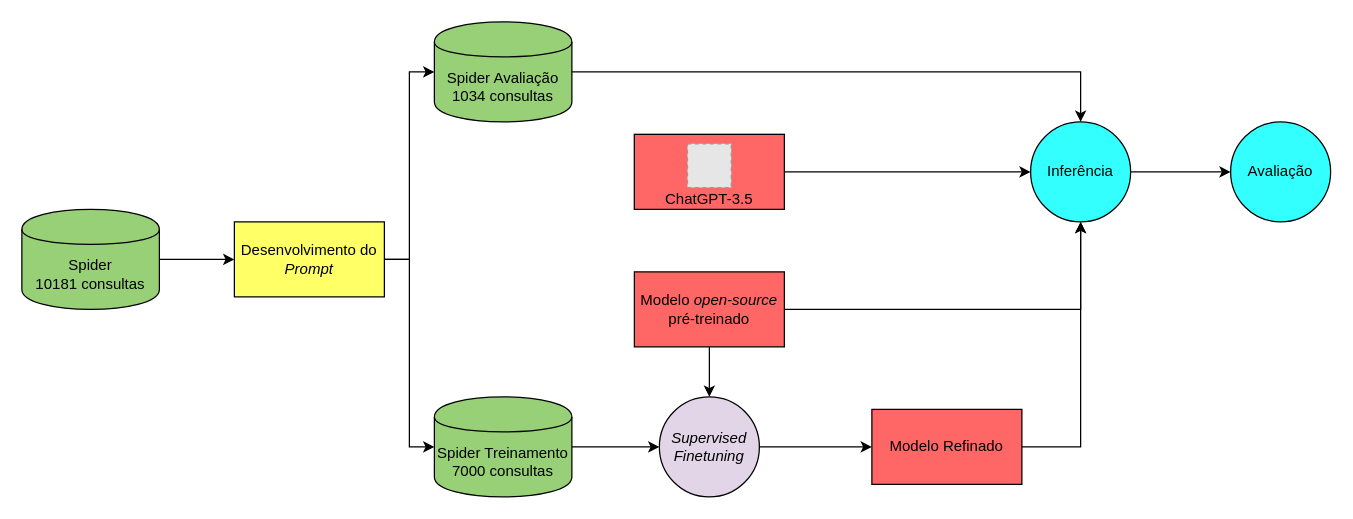
Earlier version of the draw.io diagram Escrita/tcc2.drawio (GabrielOlem/text2sql_tcc). Source tidied: cells renumbered, new cells numbered last; positions are measured from the earlier drawing's top-left corner, leaving out a move shared by most shapes. Both pictures are drawn from the tidied source at 125%, with x=0, y=0 at pixel (21, 21). Pictures stored in the file or linked from it are replaced by grey dashed boxes.
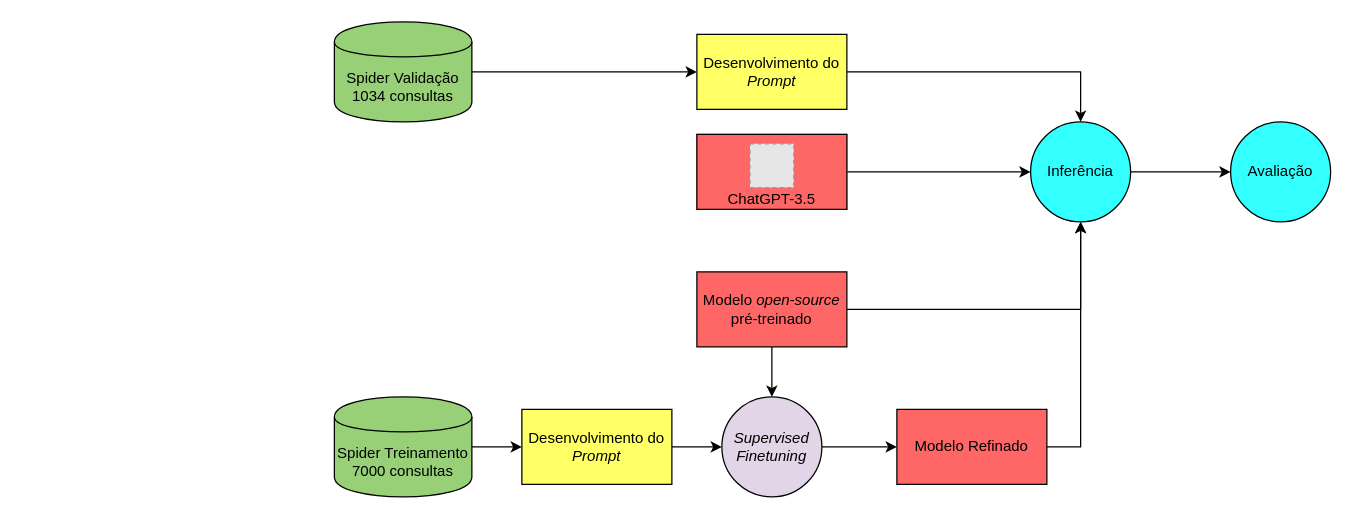
Above is the later version.

Unchanged cells that the change refers to:
```xml
<mxCell id="12" value="Inferência" style="ellipse;whiteSpace=wrap;html=1;fillColor=#33FFFF;" parent="1" vertex="1">
  <mxGeometry x="807" y="80" width="80" height="80" as="geometry" />
</mxCell>
```

Diff of the diagram source:
```diff
@@
-    <mxCell id="2" style="edgeStyle=orthogonalEdgeStyle;rounded=0;jettySize=auto;html=1;entryX=0;entryY=0.5;entryDx=0;entryDy=0;" parent="1" edge="1" source="3" target="24">
-      <mxGeometry relative="1" as="geometry" />
-    </mxCell>
-    <mxCell id="3" value="Spider&lt;br&gt;10181 consultas" style="shape=cylinder;whiteSpace=wrap;html=1;boundedLbl=1;backgroundOutline=1;fillColor=#97D077;" parent="1" vertex="1">
-      <mxGeometry y="150" width="110" height="80" as="geometry" />
-    </mxCell>
-    <mxCell id="4" style="edgeStyle=orthogonalEdgeStyle;rounded=0;jettySize=auto;html=1;entryX=0.5;entryY=0;entryDx=0;entryDy=0;" parent="1" edge="1" source="5" target="12">
-      <mxGeometry relative="1" as="geometry">
-        <Array as="points">
-          <mxPoint x="847" y="40" />
-        </Array>
-      </mxGeometry>
+    <mxCell id="4" style="edgeStyle=orthogonalEdgeStyle;rounded=0;jettySize=auto;html=1;entryX=0;entryY=0.5;entryDx=0;entryDy=0;" parent="1" edge="1" source="5" target="24">
+      <mxGeometry relative="1" as="geometry" />
     </mxCell>
-    <mxCell id="5" value="Spider Avaliação&lt;br&gt;1034 consultas" style="shape=cylinder;whiteSpace=wrap;html=1;boundedLbl=1;backgroundOutline=1;fillColor=#97D077;" parent="1" vertex="1">
-      <mxGeometry x="330" width="110" height="80" as="geometry" />
+    <mxCell id="5" value="Spider Validação&lt;br&gt;1034 consultas" style="shape=cylinder;whiteSpace=wrap;html=1;boundedLbl=1;backgroundOutline=1;fillColor=#97D077;" parent="1" vertex="1">
+      <mxGeometry x="250" width="110" height="80" as="geometry" />
     </mxCell>
-    <mxCell id="6" style="edgeStyle=orthogonalEdgeStyle;rounded=0;jettySize=auto;html=1;entryX=0;entryY=0.5;entryDx=0;entryDy=0;" parent="1" edge="1" source="7" target="14">
+    <mxCell id="6" style="edgeStyle=orthogonalEdgeStyle;rounded=0;jettySize=auto;html=1;entryX=0;entryY=0.5;entryDx=0;entryDy=0;" parent="1" edge="1" source="28" target="14">
       <mxGeometry relative="1" as="geometry" />
     </mxCell>
     <mxCell id="7" value="Spider Treinamento&lt;br&gt;7000 consultas" style="shape=cylinder;whiteSpace=wrap;html=1;boundedLbl=1;backgroundOutline=1;fillColor=#97D077;" parent="1" vertex="1">
-      <mxGeometry x="330" y="300" width="110" height="80" as="geometry" />
+      <mxGeometry x="250" y="300" width="110" height="80" as="geometry" />
     </mxCell>
@@
     <mxCell id="10" value="Modelo &lt;i&gt;open-source &lt;/i&gt;pré-treinado" style="rounded=0;whiteSpace=wrap;html=1;fillColor=#FF6666;" parent="1" vertex="1">
-      <mxGeometry x="490" y="200" width="120" height="60" as="geometry" />
+      <mxGeometry x="540" y="200" width="120" height="60" as="geometry" />
     </mxCell>
@@
     <mxCell id="14" value="&lt;i&gt;Supervised Finetuning&lt;/i&gt;" style="ellipse;whiteSpace=wrap;html=1;fillColor=#E1D5E7;" parent="1" vertex="1">
-      <mxGeometry x="510" y="300" width="80" height="80" as="geometry" />
+      <mxGeometry x="560" y="300" width="80" height="80" as="geometry" />
     </mxCell>
     <mxCell id="15" style="edgeStyle=orthogonalEdgeStyle;rounded=0;jettySize=auto;html=1;entryX=0.5;entryY=1;entryDx=0;entryDy=0;" parent="1" edge="1" source="16" target="12">
-      <mxGeometry relative="1" as="geometry" />
+      <mxGeometry relative="1" as="geometry">
+        <Array as="points">
+          <mxPoint x="847" y="340" />
+        </Array>
+      </mxGeometry>
     </mxCell>
     <mxCell id="16" value="Modelo Refinado" style="whiteSpace=wrap;html=1;fillColor=#FF6666;" parent="1" vertex="1">
-      <mxGeometry x="680" y="310" width="120" height="60" as="geometry" />
+      <mxGeometry x="700" y="310" width="120" height="60" as="geometry" />
     </mxCell>
@@
     <mxCell id="18" style="group;" parent="1" vertex="1">
-      <mxGeometry x="490" y="90" width="120" height="60" as="geometry" />
+      <mxGeometry x="540" y="90" width="120" height="60" as="geometry" />
     </mxCell>
@@
-    <mxCell id="22" style="edgeStyle=orthogonalEdgeStyle;rounded=0;jettySize=auto;html=1;entryX=0;entryY=0.5;entryDx=0;entryDy=0;" parent="1" edge="1" source="24" target="5">
-      <mxGeometry relative="1" as="geometry" />
-    </mxCell>
-    <mxCell id="23" style="edgeStyle=orthogonalEdgeStyle;rounded=0;jettySize=auto;html=1;entryX=0;entryY=0.5;entryDx=0;entryDy=0;" parent="1" edge="1" source="24" target="7">
-      <mxGeometry relative="1" as="geometry" />
-    </mxCell>
+    <mxCell id="26" style="edgeStyle=orthogonalEdgeStyle;rounded=0;jettySize=auto;html=1;entryX=0.5;entryY=0;entryDx=0;entryDy=0;" parent="1" edge="1" source="24" target="12">
+      <mxGeometry relative="1" as="geometry" />
+    </mxCell>
     <mxCell id="24" value="Desenvolvimento do &lt;i&gt;Prompt&lt;/i&gt;" style="rounded=0;whiteSpace=wrap;html=1;fillColor=#FFFF66;" parent="1" vertex="1">
-      <mxGeometry x="170" y="160" width="120" height="60" as="geometry" />
+      <mxGeometry x="540" y="10" width="120" height="60" as="geometry" />
     </mxCell>
@@
+    <mxCell id="27" style="edgeStyle=orthogonalEdgeStyle;rounded=0;jettySize=auto;html=1;entryX=0;entryY=0.5;entryDx=0;entryDy=0;" parent="1" edge="1" source="7" target="28">
+      <mxGeometry relative="1" as="geometry" />
+    </mxCell>
+    <mxCell id="28" value="Desenvolvimento do &lt;i&gt;Prompt&lt;/i&gt;" style="rounded=0;whiteSpace=wrap;html=1;fillColor=#FFFF66;" parent="1" vertex="1">
+      <mxGeometry x="400" y="310" width="120" height="60" as="geometry" />
+    </mxCell>
```
